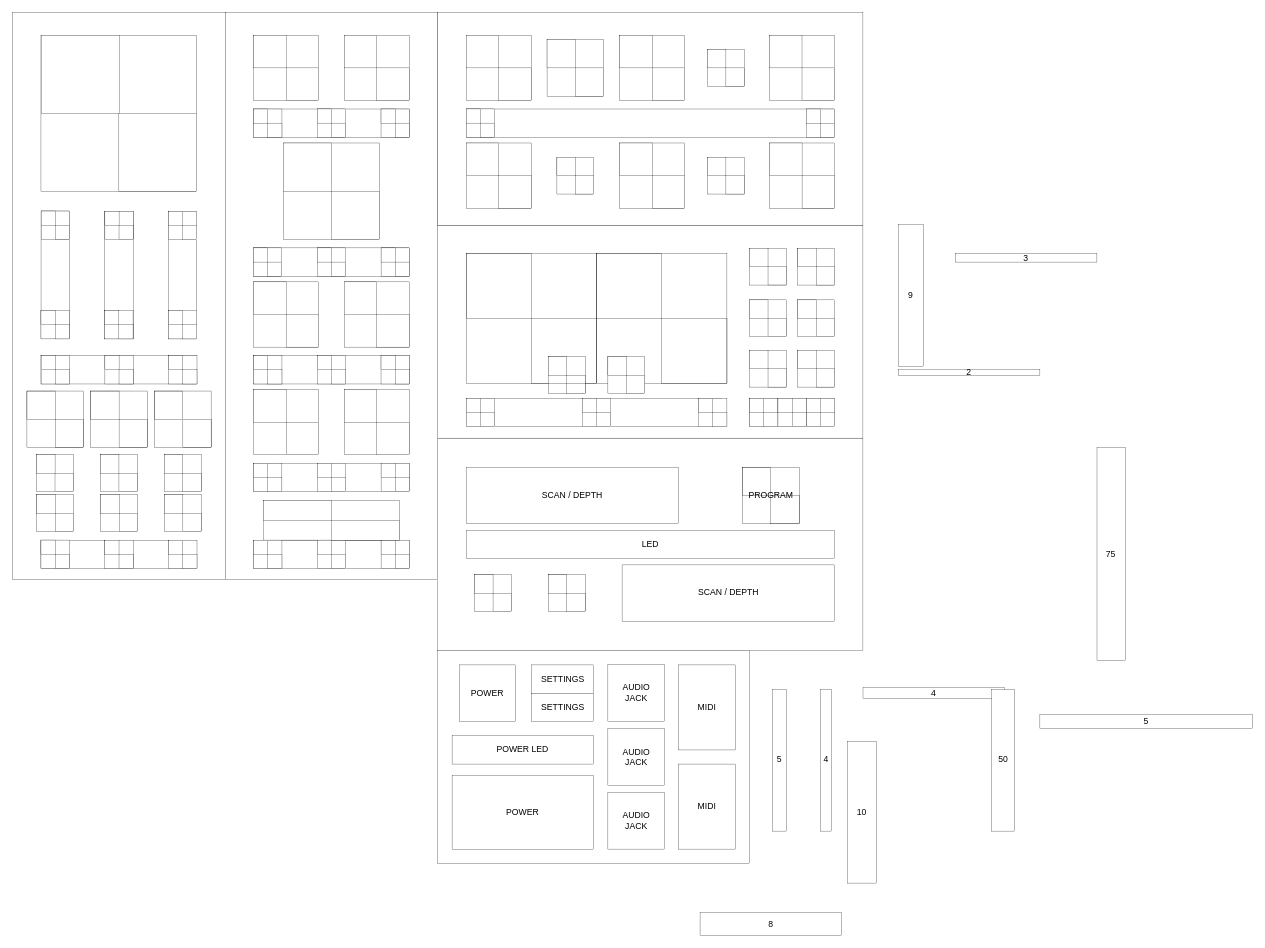
Earlier version of the draw.io diagram page "Page-3" (3 of 4) of Untitled Diagram.drawio (wtfedor/git_intro). Source tidied: cells renumbered, new cells numbered last; positions are measured from the earlier drawing's top-left corner, leaving out a move shared by most shapes. Both pictures are drawn from the tidied source at 72%, with x=0, y=0 at pixel (12, 12).
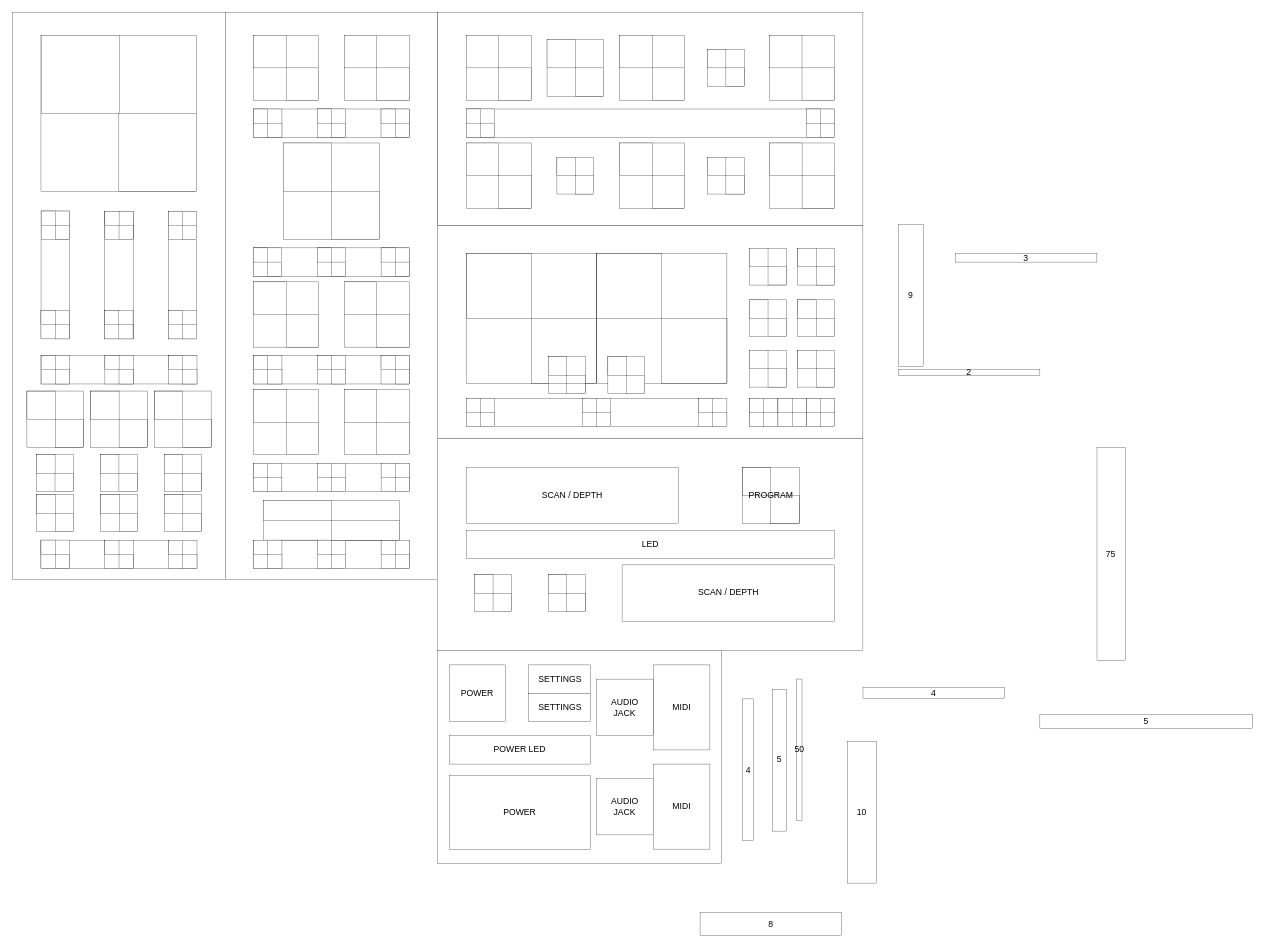
Above is the later version.

What changed in the source:
```diff
@@
     <mxCell id="2" style="rounded=0;whiteSpace=wrap;html=1;strokeWidth=0.3937;" parent="1" vertex="1">
-      <mxGeometry x="590.5" y="886.2" width="433.1" height="295.3" as="geometry" />
+      <mxGeometry x="590.5" y="886.2" width="393.7" height="295.3" as="geometry" />
     </mxCell>
@@
     <mxCell id="120" value="POWER LED" style="rounded=0;whiteSpace=wrap;html=1;strokeWidth=0.3937;direction=south;" parent="1" vertex="1">
-      <mxGeometry x="610.4" y="1004.3" width="196.8" height="39.4" as="geometry" />
+      <mxGeometry x="606.3" y="1004.3" width="196.8" height="39.4" as="geometry" />
     </mxCell>
@@
     <mxCell id="125" value="&lt;div&gt;50&lt;/div&gt;" style="rounded=0;whiteSpace=wrap;html=1;strokeWidth=0.3937;" parent="1" vertex="1">
-      <mxGeometry x="1360" y="940" width="31.5" height="196.8" as="geometry" />
+      <mxGeometry x="1088.5" y="925.6" width="7.9" height="196.8" as="geometry" />
     </mxCell>
@@
     <mxCell id="262" value="POWER" style="rounded=0;whiteSpace=wrap;html=1;strokeWidth=0.3937;" parent="1" vertex="1">
-      <mxGeometry x="610.4" y="1059.5" width="196.8" height="102.4" as="geometry" />
+      <mxGeometry x="606.3" y="1059.5" width="196.8" height="102.4" as="geometry" />
     </mxCell>
     <mxCell id="263" value="&lt;div&gt;MIDI&lt;/div&gt;" style="rounded=0;whiteSpace=wrap;html=1;strokeWidth=0.3937;" parent="1" vertex="1">
-      <mxGeometry x="925.2" y="906" width="78.7" height="118.1" as="geometry" />
+      <mxGeometry x="889.8" y="906" width="78.7" height="118.1" as="geometry" />
     </mxCell>
-    <mxCell id="264" value="AUDIO&lt;br&gt;JACK" style="rounded=0;whiteSpace=wrap;html=1;strokeWidth=0.3937;" parent="1" vertex="1">
-      <mxGeometry x="826.8" y="994.5" width="78.7" height="78.7" as="geometry" />
-    </mxCell>
     <mxCell id="265" value="AUDIO&lt;br&gt;JACK" style="rounded=0;whiteSpace=wrap;html=1;strokeWidth=0.3937;" parent="1" vertex="1">
-      <mxGeometry x="826.8" y="1083.1" width="78.7" height="78.7" as="geometry" />
+      <mxGeometry x="811" y="1063.4" width="78.7" height="78.7" as="geometry" />
     </mxCell>
     <mxCell id="266" value="4" style="rounded=0;whiteSpace=wrap;html=1;strokeWidth=0.3937;" parent="1" vertex="1">
-      <mxGeometry x="1122.1" y="940" width="15.7" height="196.8" as="geometry" />
+      <mxGeometry x="1013.7" y="953.2" width="15.7" height="196.8" as="geometry" />
     </mxCell>
     <mxCell id="267" value="&lt;div&gt;MIDI&lt;/div&gt;" style="rounded=0;whiteSpace=wrap;html=1;strokeWidth=0.3937;" parent="1" vertex="1">
-      <mxGeometry x="925.2" y="1043.7" width="78.7" height="118.1" as="geometry" />
+      <mxGeometry x="889.8" y="1043.7" width="78.7" height="118.1" as="geometry" />
     </mxCell>
     <mxCell id="268" value="AUDIO&lt;br&gt;JACK" style="rounded=0;whiteSpace=wrap;html=1;strokeWidth=0.3937;" parent="1" vertex="1">
-      <mxGeometry x="826.8" y="905.9" width="78.7" height="78.7" as="geometry" />
+      <mxGeometry x="811" y="925.7" width="78.7" height="78.7" as="geometry" />
     </mxCell>
     <mxCell id="269" value="POWER" style="rounded=0;whiteSpace=wrap;html=1;strokeWidth=0.3937;" parent="1" vertex="1">
-      <mxGeometry x="620.2" y="906" width="78.7" height="78.7" as="geometry" />
+      <mxGeometry x="606.3" y="906" width="78.7" height="78.7" as="geometry" />
     </mxCell>
@@
     <mxCell id="271" value="SETTINGS" style="rounded=0;whiteSpace=wrap;html=1;strokeWidth=0.3937;direction=west;" parent="1" vertex="1">
-      <mxGeometry x="720.5" y="906" width="86.6" height="39.4" as="geometry" />
+      <mxGeometry x="716.5" y="906" width="86.6" height="39.4" as="geometry" />
     </mxCell>
     <mxCell id="272" value="SETTINGS" style="rounded=0;whiteSpace=wrap;html=1;strokeWidth=0.3937;direction=west;" parent="1" vertex="1">
-      <mxGeometry x="720.5" y="945.4" width="86.6" height="39.4" as="geometry" />
+      <mxGeometry x="716.5" y="945.4" width="86.6" height="39.4" as="geometry" />
     </mxCell>
```
